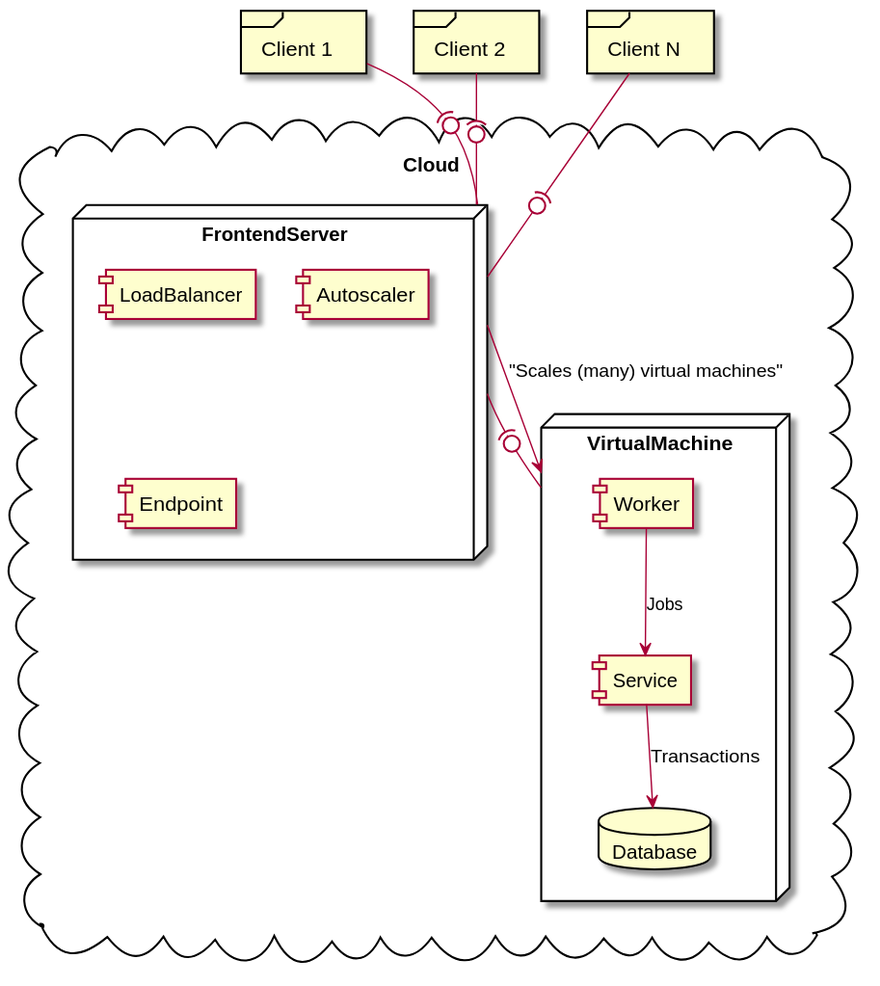
Earlier version of the PlantUML export out/model/DeploymentDiagram/DeploymentDiagram.svg (jstorm31/capita-selecta-project). Source of this version:
```plantuml
@startuml
cloud Cloud {
    node FrontendServer {
        component LoadBalancer
        component Autoscaler
        component Endpoint
    }
    node VirtualMachine {
        component Worker
        component Service
        database Database
    }

    FrontendServer -(0- VirtualMachine
    FrontendServer --> VirtualMachine: "Scales (many) virtual machines"
    Worker --> Service: "Jobs"
    Service --> Database: "Transactions"
}

frame cl_1 [
    Client 1
]
frame cl_2 [
    Client 2
]
frame cl_n [
    Client N
]

cl_1 -(0- FrontendServer
cl_2 -(0- FrontendServer
cl_n -(0- FrontendServer
@enduml
```
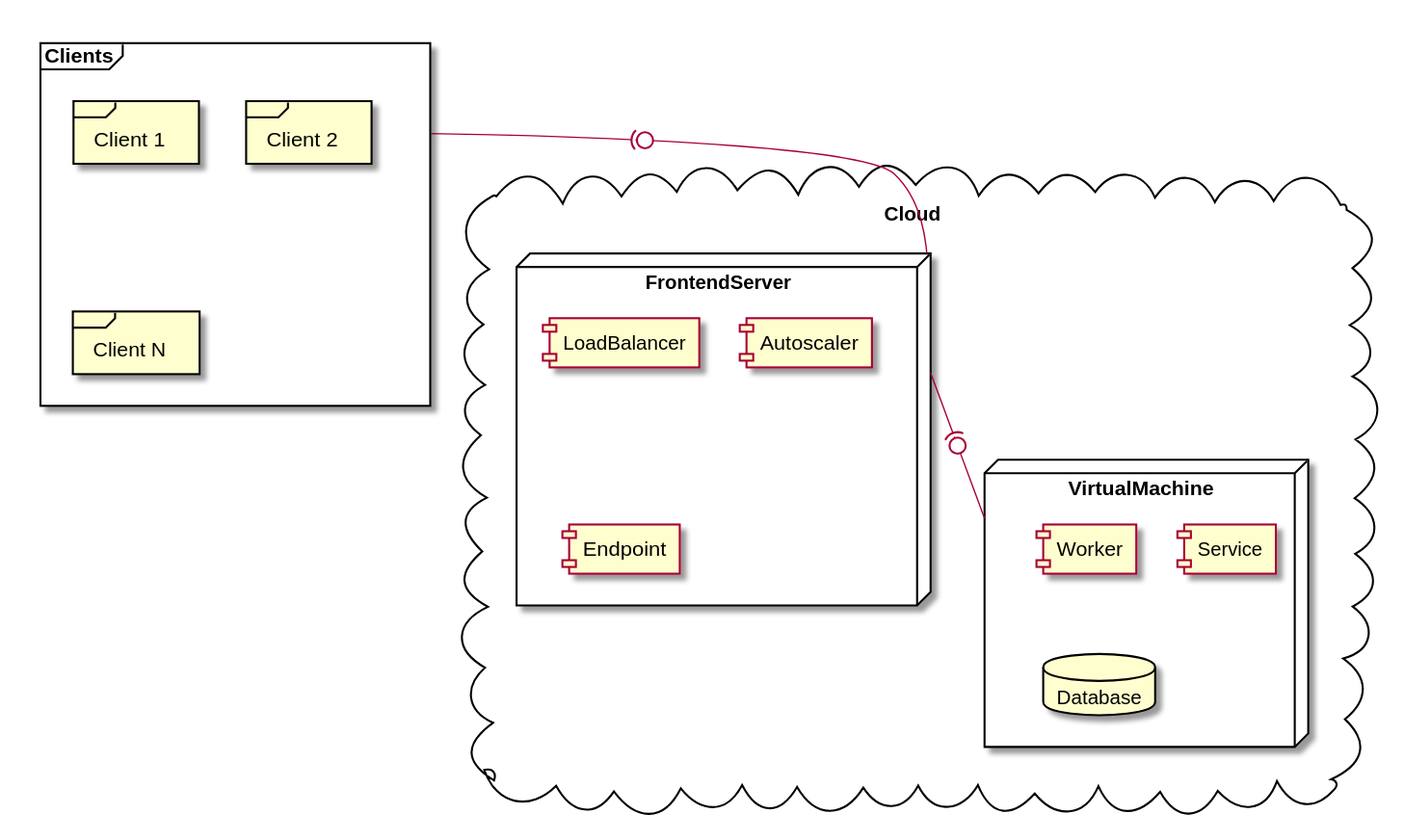
After the change.

Commit message:
update deployment diagram

Change to the diagram source:
```diff
@@ -10,24 +10,20 @@
         component Service
         database Database
     }
-
     FrontendServer -(0- VirtualMachine
-    FrontendServer --> VirtualMachine: "Scales (many) virtual machines"
-    Worker --> Service: "Jobs"
-    Service --> Database: "Transactions"
 }
 
-frame cl_1 [
-    Client 1
-]
-frame cl_2 [
-    Client 2
-]
-frame cl_n [
-    Client N
-]
+frame Clients {
+    frame cl_1 [
+        Client 1
+    ]
+    frame cl_2 [
+        Client 2
+    ]
+    frame cl_n [
+        Client N
+    ]
+}
 
-cl_1 -(0- FrontendServer
-cl_2 -(0- FrontendServer
-cl_n -(0- FrontendServer
+Clients -(0- FrontendServer
 @enduml
```
